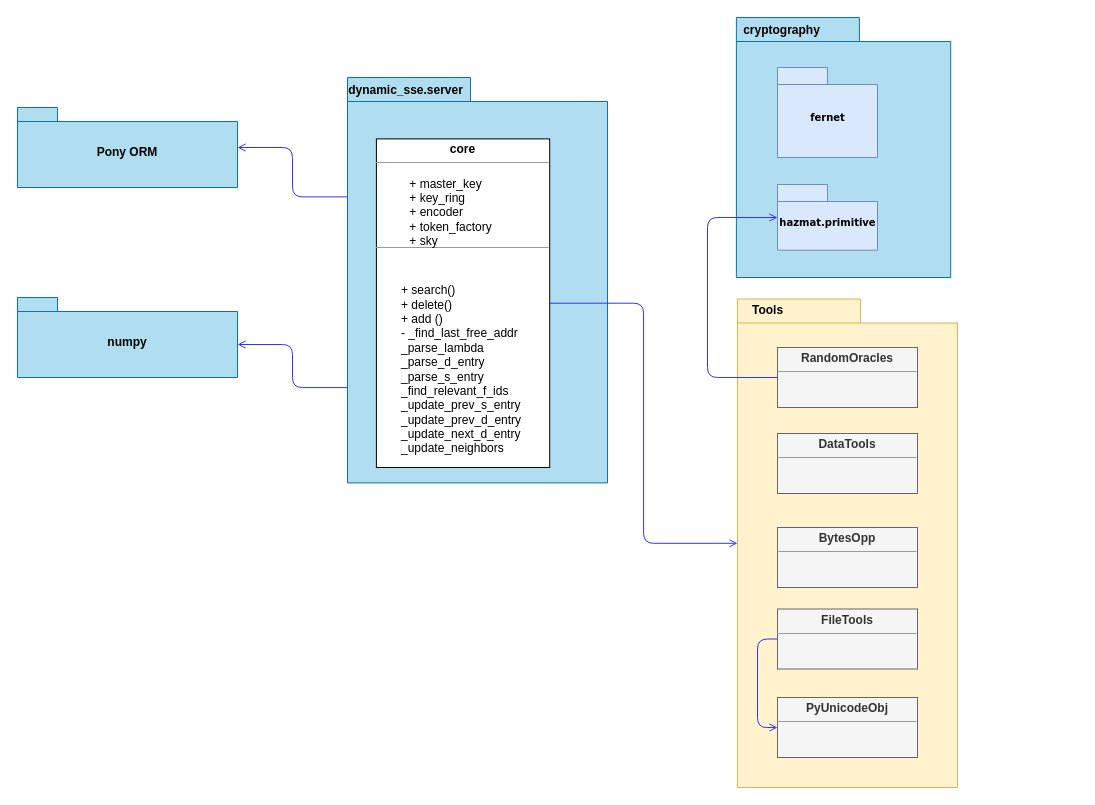
Earlier version of the draw.io diagram page "server" (5 of 5) of diagrams/structural/client_package.drawio (thisisel/dynamic-sse). Source tidied: cells renumbered, new cells numbered last; positions are measured from the earlier drawing's top-left corner, leaving out a move shared by most shapes. Both pictures are drawn from the tidied source at 100%, with x=0, y=0 at pixel (17, 17).
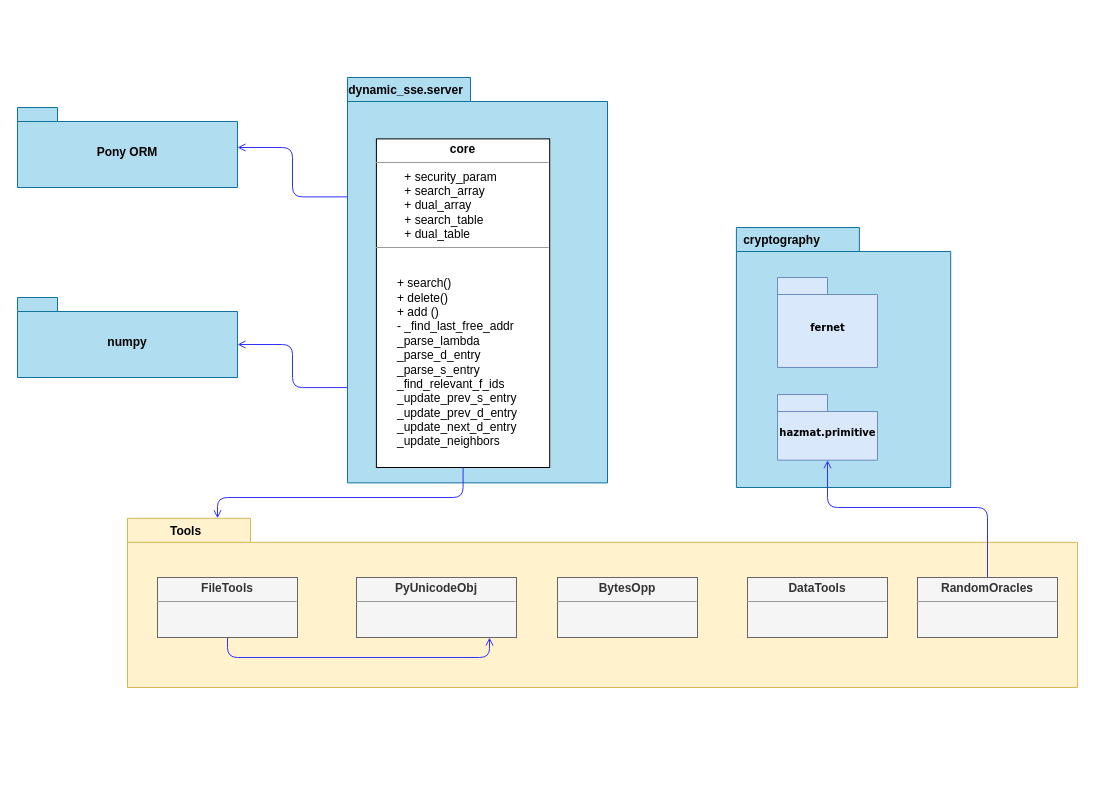
The same diagram, later.

Unchanged cells that the change refers to:
```xml
<mxCell id="4" value="hazmat.primitive" style="shape=folder;fontStyle=1;spacingTop=10;tabWidth=50;tabHeight=17;tabPosition=left;html=1;rounded=0;shadow=0;comic=0;labelBackgroundColor=none;strokeWidth=1;fontFamily=Verdana;fontSize=10;align=center;fillColor=#dae8fc;strokeColor=#6c8ebf;" parent="2" vertex="1">
  <mxGeometry x="50" y="167" width="100" height="65.7" as="geometry" />
</mxCell>
<mxCell id="18" style="group;" parent="17" vertex="1">
  <mxGeometry x="-230" y="-330" width="260" height="430" as="geometry" />
</mxCell>
<mxCell id="21" value="&lt;p style=&quot;margin:0px;margin-top:4px;text-align:center;&quot;&gt;&lt;b&gt;core&lt;/b&gt;&lt;/p&gt;&lt;hr size=&quot;1&quot;&gt;&lt;div style=&quot;border-color: var(--border-color);&quot;&gt;&lt;br&gt;&lt;br&gt;&lt;/div&gt;&lt;div style=&quot;border-color: var(--border-color);&quot;&gt;&lt;br&gt;&lt;/div&gt;&lt;div style=&quot;border-color: var(--border-color);&quot;&gt;&lt;br&gt;&lt;/div&gt;&lt;div style=&quot;border-color: var(--border-color);&quot;&gt;&lt;br&gt;&lt;/div&gt;&lt;hr size=&quot;1&quot;&gt;&lt;div style=&quot;height:2px;&quot;&gt;&lt;br&gt;&lt;/div&gt;&lt;div style=&quot;height:2px;&quot;&gt;&lt;br&gt;&lt;/div&gt;&lt;div style=&quot;height:2px;&quot;&gt;&lt;br&gt;&lt;/div&gt;" style="verticalAlign=top;align=left;overflow=fill;fontSize=12;fontFamily=Helvetica;html=1;whiteSpace=wrap;" parent="18" vertex="1">
  <mxGeometry x="28.9" y="61.4" width="173.3" height="328.6" as="geometry" />
</mxCell>
```

What changed in the source:
```diff
@@
     <mxCell id="2" style="group;" parent="1" vertex="1">
-      <mxGeometry x="710" width="250" height="260" as="geometry" />
+      <mxGeometry x="710" y="210" width="250" height="260" as="geometry" />
     </mxCell>
@@
     <mxCell id="7" style="shape=folder;fontStyle=1;spacingTop=10;tabWidth=123;tabHeight=24;tabPosition=left;html=1;rounded=0;shadow=0;comic=0;labelBackgroundColor=none;strokeColor=#d6b656;strokeWidth=1;fillColor=#fff2cc;fontFamily=Verdana;fontSize=10;align=center;" parent="1" vertex="1">
-      <mxGeometry x="720" y="281.5" width="220" height="488.5" as="geometry" />
+      <mxGeometry x="110" y="500.8" width="950" height="169.2" as="geometry" />
     </mxCell>
     <mxCell id="8" value="Tools" style="text;align=center;fontStyle=1;verticalAlign=middle;spacingLeft=3;spacingRight=3;strokeColor=none;html=1;" parent="1" vertex="1">
-      <mxGeometry x="710" y="280" width="80" height="26" as="geometry" />
+      <mxGeometry x="128" y="500.8" width="80" height="26" as="geometry" />
     </mxCell>
     <mxCell id="9" value="&lt;p style=&quot;margin:0px;margin-top:4px;text-align:center;&quot;&gt;&lt;b&gt;BytesOpp&lt;/b&gt;&lt;/p&gt;&lt;hr size=&quot;1&quot;&gt;&lt;div style=&quot;height:2px;&quot;&gt;&lt;/div&gt;" style="verticalAlign=top;align=left;overflow=fill;fontSize=12;fontFamily=Helvetica;html=1;whiteSpace=wrap;fillColor=#f5f5f5;fontColor=#333333;strokeColor=#666666;" parent="1" vertex="1">
-      <mxGeometry x="760" y="510" width="140" height="60" as="geometry" />
+      <mxGeometry x="540" y="560" width="140" height="60" as="geometry" />
     </mxCell>
     <mxCell id="10" value="&lt;p style=&quot;margin:0px;margin-top:4px;text-align:center;&quot;&gt;&lt;b&gt;DataTools&lt;/b&gt;&lt;/p&gt;&lt;hr size=&quot;1&quot;&gt;&lt;div style=&quot;height:2px;&quot;&gt;&lt;/div&gt;" style="verticalAlign=top;align=left;overflow=fill;fontSize=12;fontFamily=Helvetica;html=1;whiteSpace=wrap;fillColor=#f5f5f5;fontColor=#333333;strokeColor=#666666;" parent="1" vertex="1">
-      <mxGeometry x="760" y="416" width="140" height="60" as="geometry" />
+      <mxGeometry x="730" y="560" width="140" height="60" as="geometry" />
     </mxCell>
-    <mxCell id="11" style="edgeStyle=orthogonalEdgeStyle;rounded=1;jettySize=auto;html=1;exitX=0;exitY=0.5;exitDx=0;exitDy=0;strokeColor=#3333FF;endArrow=open;endFill=0;" parent="1" edge="1" source="12" target="15">
+    <mxCell id="11" style="edgeStyle=orthogonalEdgeStyle;rounded=1;jettySize=auto;html=1;exitX=0.5;exitY=1;exitDx=0;exitDy=0;strokeColor=#3333FF;endArrow=open;endFill=0;" parent="1" edge="1" source="12" target="15">
       <mxGeometry relative="1" as="geometry">
         <Array as="points">
-          <mxPoint x="740" y="622" />
-          <mxPoint x="740" y="710" />
+          <mxPoint x="210" y="640" />
+          <mxPoint x="472" y="640" />
         </Array>
       </mxGeometry>
     </mxCell>
     <mxCell id="12" value="&lt;p style=&quot;margin:0px;margin-top:4px;text-align:center;&quot;&gt;&lt;b&gt;FileTools&lt;/b&gt;&lt;/p&gt;&lt;hr size=&quot;1&quot;&gt;&lt;div style=&quot;height:2px;&quot;&gt;&lt;/div&gt;" style="verticalAlign=top;align=left;overflow=fill;fontSize=12;fontFamily=Helvetica;html=1;whiteSpace=wrap;fillColor=#f5f5f5;fontColor=#333333;strokeColor=#666666;" parent="1" vertex="1">
-      <mxGeometry x="760" y="591.5" width="140" height="60" as="geometry" />
+      <mxGeometry x="140" y="560" width="140" height="60" as="geometry" />
     </mxCell>
-    <mxCell id="13" style="edgeStyle=orthogonalEdgeStyle;rounded=1;jettySize=auto;html=1;exitX=0;exitY=0.5;exitDx=0;exitDy=0;strokeColor=#3333FF;endArrow=open;endFill=0;" parent="1" edge="1" source="14" target="4">
+    <mxCell id="13" style="edgeStyle=orthogonalEdgeStyle;rounded=1;jettySize=auto;html=1;exitX=0.5;exitY=0;exitDx=0;exitDy=0;strokeColor=#3333FF;endArrow=open;endFill=0;" parent="1" edge="1" source="14" target="4">
       <mxGeometry relative="1" as="geometry">
         <Array as="points">
-          <mxPoint x="690" y="360" />
-          <mxPoint x="690" y="200" />
+          <mxPoint x="981" y="590" />
+          <mxPoint x="970" y="590" />
+          <mxPoint x="970" y="490" />
+          <mxPoint x="810" y="490" />
         </Array>
       </mxGeometry>
     </mxCell>
     <mxCell id="14" value="&lt;p style=&quot;margin:0px;margin-top:4px;text-align:center;&quot;&gt;&lt;b&gt;RandomOracles&lt;/b&gt;&lt;/p&gt;&lt;hr size=&quot;1&quot;&gt;&lt;div style=&quot;height:2px;&quot;&gt;&lt;/div&gt;" style="verticalAlign=top;align=left;overflow=fill;fontSize=12;fontFamily=Helvetica;html=1;whiteSpace=wrap;fillColor=#f5f5f5;fontColor=#333333;strokeColor=#666666;" parent="1" vertex="1">
-      <mxGeometry x="760" y="330" width="140" height="60" as="geometry" />
+      <mxGeometry x="900" y="560" width="140" height="60" as="geometry" />
     </mxCell>
     <mxCell id="15" value="&lt;p style=&quot;margin:0px;margin-top:4px;text-align:center;&quot;&gt;&lt;b&gt;PyUnicodeObj&lt;/b&gt;&lt;/p&gt;&lt;hr size=&quot;1&quot;&gt;&lt;div style=&quot;height:2px;&quot;&gt;&lt;/div&gt;" style="verticalAlign=top;align=left;overflow=fill;fontSize=12;fontFamily=Helvetica;html=1;whiteSpace=wrap;fillColor=#f5f5f5;fontColor=#333333;strokeColor=#666666;" parent="1" vertex="1">
-      <mxGeometry x="760" y="680" width="140" height="60" as="geometry" />
+      <mxGeometry x="339" y="560" width="160" height="60" as="geometry" />
     </mxCell>
@@
-    <mxCell id="22" value="&lt;div style=&quot;text-align: left;&quot;&gt;&lt;span style=&quot;background-color: initial;&quot;&gt;+ master_key&lt;/span&gt;&lt;/div&gt;&lt;div style=&quot;text-align: left;&quot;&gt;&lt;span style=&quot;background-color: initial;&quot;&gt;+ key_ring&lt;/span&gt;&lt;/div&gt;&lt;div style=&quot;text-align: left;&quot;&gt;&lt;span style=&quot;background-color: initial;&quot;&gt;+ encoder&lt;/span&gt;&lt;/div&gt;&lt;div style=&quot;text-align: left;&quot;&gt;&lt;span style=&quot;background-color: initial;&quot;&gt;+ token_factory&lt;/span&gt;&lt;/div&gt;&lt;div style=&quot;text-align: left;&quot;&gt;&lt;span style=&quot;background-color: initial;&quot;&gt;+ sky&lt;/span&gt;&lt;/div&gt;" style="text;html=1;align=center;verticalAlign=middle;strokeColor=none;fillColor=none;" parent="18" vertex="1">
-      <mxGeometry x="48.1" y="89.7" width="110" height="90" as="geometry" />
+    <mxCell id="22" value="&lt;div style=&quot;text-align: left;&quot;&gt;&lt;span style=&quot;background-color: initial;&quot;&gt;+ security_param&lt;/span&gt;&lt;/div&gt;&lt;div style=&quot;text-align: left;&quot;&gt;&lt;span style=&quot;background-color: initial;&quot;&gt;+ search_array&lt;/span&gt;&lt;/div&gt;&lt;div style=&quot;text-align: left;&quot;&gt;&lt;span style=&quot;background-color: initial;&quot;&gt;+ dual_array&lt;/span&gt;&lt;/div&gt;&lt;div style=&quot;text-align: left;&quot;&gt;&lt;span style=&quot;background-color: initial;&quot;&gt;+ search_table&lt;/span&gt;&lt;/div&gt;&lt;div style=&quot;text-align: left;&quot;&gt;&lt;span style=&quot;background-color: initial;&quot;&gt;+ dual_table&lt;/span&gt;&lt;/div&gt;" style="text;html=1;align=center;verticalAlign=middle;strokeColor=none;fillColor=none;" parent="18" vertex="1">
+      <mxGeometry x="43.1" y="83" width="120" height="90" as="geometry" />
     </mxCell>
     <mxCell id="23" value="+ search()&lt;br&gt;+ delete()&lt;br&gt;+ add ()&lt;br&gt;-&amp;nbsp;_find_last_free_addr&lt;br&gt;_parse_lambda&lt;br&gt;_parse_d_entry&lt;br&gt;_parse_s_entry&lt;br&gt;_find_relevant_f_ids&lt;br&gt;_update_prev_s_entry&lt;br&gt;_update_prev_d_entry&lt;br&gt;_update_next_d_entry&lt;br&gt;_update_neighbors&lt;br&gt;" style="text;html=1;align=left;verticalAlign=middle;strokeColor=none;fillColor=none;" parent="18" vertex="1">
-      <mxGeometry x="52" y="196.6" width="140" height="190" as="geometry" />
+      <mxGeometry x="48.1" y="190" width="140" height="190" as="geometry" />
     </mxCell>
@@
     <mxCell id="27" style="edgeStyle=orthogonalEdgeStyle;rounded=1;jettySize=auto;html=1;strokeColor=#3333FF;endArrow=open;endFill=0;" parent="1" edge="1" source="21" target="7">
-      <mxGeometry relative="1" as="geometry" />
+      <mxGeometry relative="1" as="geometry">
+        <Array as="points">
+          <mxPoint x="446" y="480" />
+          <mxPoint x="200" y="480" />
+        </Array>
+      </mxGeometry>
     </mxCell>
```
